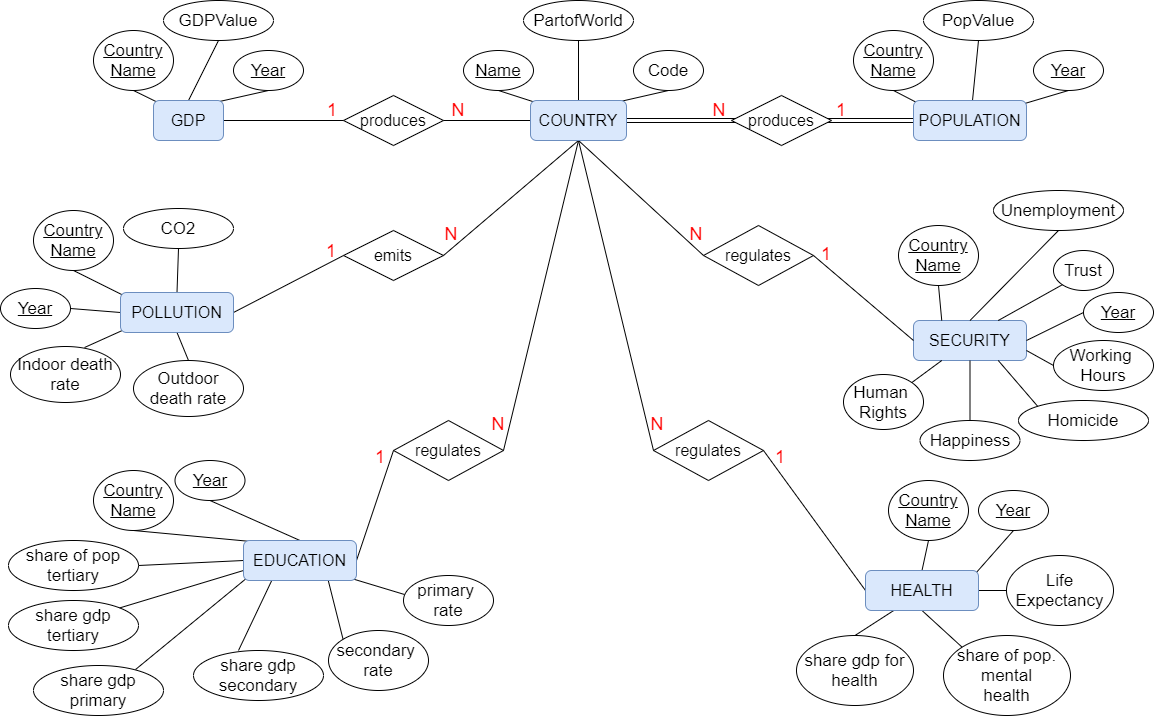
The draw.io diagram presentation/images/er_updated.png in SaraBonati/dbs_course_project_2021, before a commit. Source tidied: cells renumbered, new cells last; positions are measured from the earlier drawing's top-left corner, leaving out a move shared by most shapes.
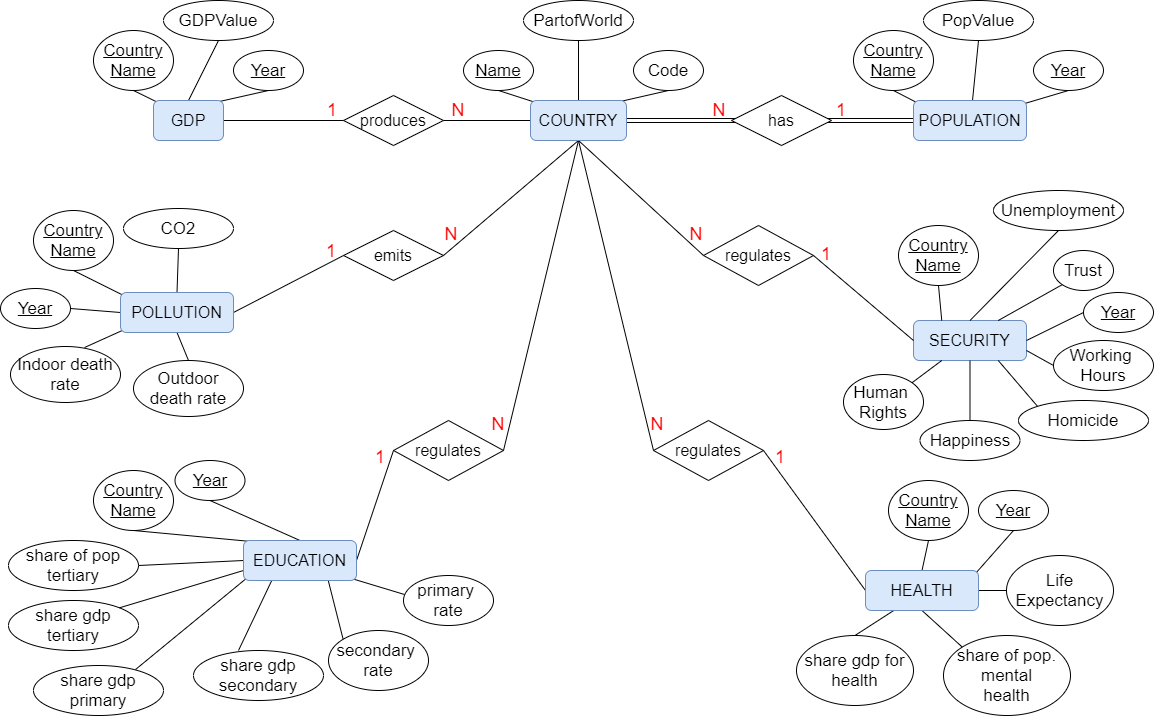
The same file after the commit.

Commit message:
Fix error in relation to population

What changed in the source:
```diff
@@ -314,7 +314,7 @@
     <mxCell id="101" style="endArrow=none;html=1;entryX=0.5;entryY=1;entryDx=0;entryDy=0;exitX=0.5;exitY=0;exitDx=0;exitDy=0;" parent="1" edge="1" source="106" target="24">
       <mxGeometry relative="1" as="geometry" />
     </mxCell>
-    <mxCell id="102" value="&lt;font style=&quot;font-size: 16px&quot;&gt;produces&lt;/font&gt;" style="rhombus;whiteSpace=wrap;html=1;" parent="1" vertex="1">
+    <mxCell id="102" value="&lt;font style=&quot;font-size: 16px&quot;&gt;has&lt;/font&gt;" style="rhombus;whiteSpace=wrap;html=1;" parent="1" vertex="1">
       <mxGeometry x="731" y="95" width="100" height="50" as="geometry" />
     </mxCell>
     <mxCell id="103" value="&lt;font style=&quot;font-size: 16px&quot;&gt;GDP&lt;/font&gt;" style="whiteSpace=wrap;html=1;fillColor=#dae8fc;strokeColor=#6c8ebf;rounded=1;" parent="1" vertex="1">
```
